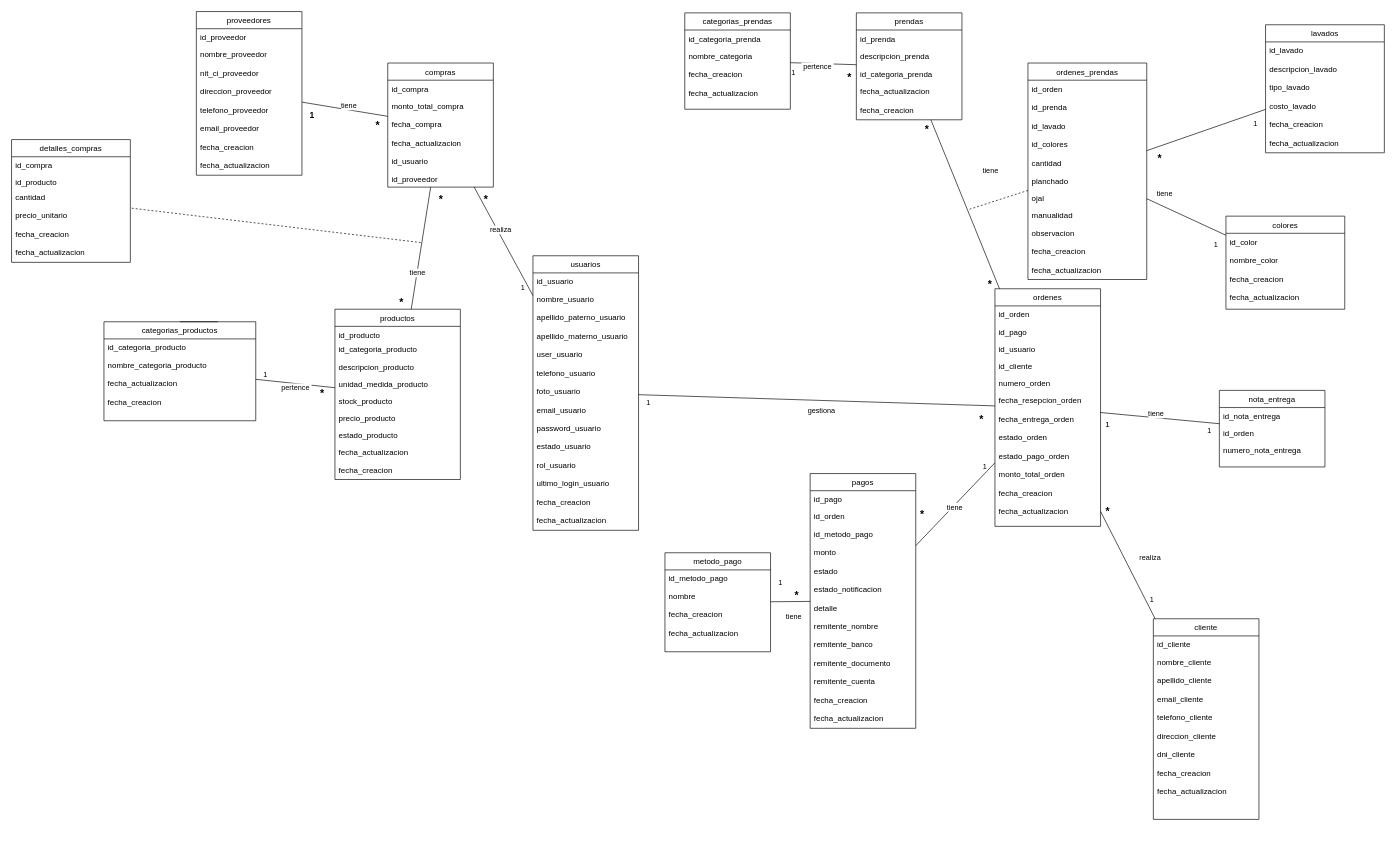
This is db.drawio from PitterQuenallata/lavanderia, a draw.io file, before an edit. Source tidied: cells renumbered, new cells numbered last; positions are measured from the earlier drawing's top-left corner, leaving out a move shared by most shapes. Both pictures are drawn from the tidied source at 66%, with x=0, y=0 at pixel (11, 11).
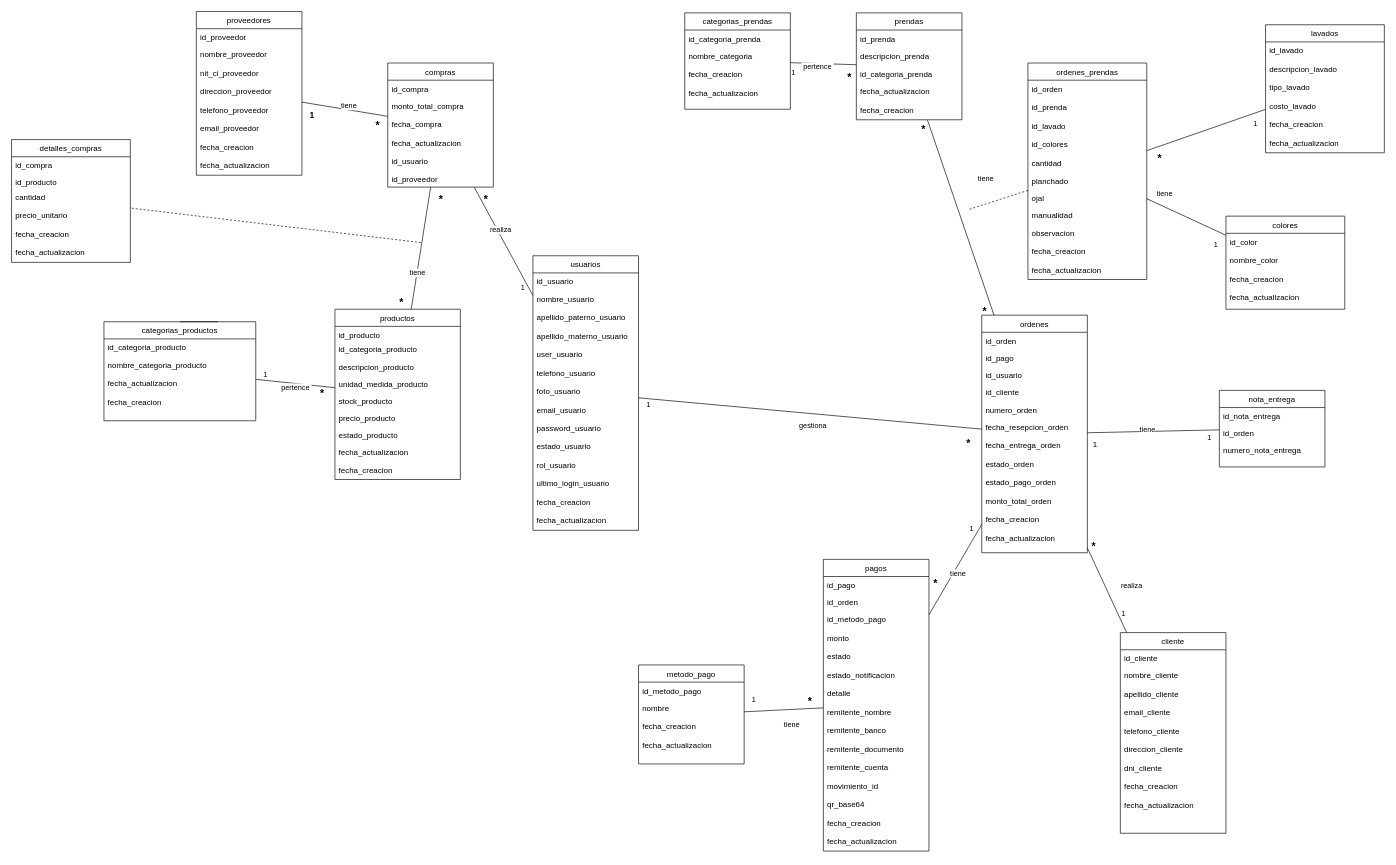
The same diagram, later.

Unchanged cells that the change refers to:
```xml
<mxCell id="173" style="endArrow=none;html=1;rounded=0;strokeColor=default;align=center;verticalAlign=middle;fontFamily=Helvetica;fontSize=11;fontColor=default;labelBackgroundColor=default;" parent="1" edge="1" source="168" target="154">
  <mxGeometry relative="1" as="geometry" />
</mxCell>
```

Diff of the diagram source:
```diff
@@
     <mxCell id="88" value="ordenes" style="swimlane;fontStyle=0;align=center;verticalAlign=top;horizontal=1;startSize=26;rounded=0;shadow=0;strokeWidth=1;" parent="1" vertex="1">
-      <mxGeometry x="1490" y="420" width="160" height="360" as="geometry" />
+      <mxGeometry x="1470" y="460" width="160" height="360" as="geometry" />
     </mxCell>
@@
     <mxCell id="129" value="cliente" style="swimlane;fontStyle=0;align=center;verticalAlign=top;horizontal=1;startSize=26;rounded=0;shadow=0;strokeWidth=1;" parent="1" vertex="1">
-      <mxGeometry x="1730" y="920" width="160" height="304" as="geometry" />
+      <mxGeometry x="1680" y="941" width="160" height="304" as="geometry" />
     </mxCell>
@@
     <mxCell id="154" value="pagos" style="swimlane;fontStyle=0;align=center;verticalAlign=top;horizontal=1;startSize=26;rounded=0;shadow=0;strokeWidth=1;" parent="1" vertex="1">
-      <mxGeometry x="1210" y="700" width="160" height="386" as="geometry" />
+      <mxGeometry x="1230" y="830" width="160" height="442" as="geometry" />
     </mxCell>
@@
+    <mxCell id="190" value="movimiento_id" style="text;align=left;verticalAlign=top;spacingLeft=4;spacingRight=4;overflow=hidden;rounded=0;shadow=0;html=0;" parent="154" vertex="1">
+      <mxGeometry y="330" width="160" height="28" as="geometry" />
+    </mxCell>
+    <mxCell id="191" value="qr_base64" style="text;align=left;verticalAlign=top;spacingLeft=4;spacingRight=4;overflow=hidden;rounded=0;shadow=0;html=0;" parent="154" vertex="1">
+      <mxGeometry y="358" width="160" height="28" as="geometry" />
+    </mxCell>
     <mxCell id="166" value="fecha_creacion" style="text;align=left;verticalAlign=top;spacingLeft=4;spacingRight=4;overflow=hidden;rounded=0;shadow=0;html=0;" parent="154" vertex="1">
-      <mxGeometry y="330" width="160" height="28" as="geometry" />
+      <mxGeometry y="386" width="160" height="28" as="geometry" />
     </mxCell>
     <mxCell id="167" value="fecha_actualizacion" style="text;align=left;verticalAlign=top;spacingLeft=4;spacingRight=4;overflow=hidden;rounded=0;shadow=0;html=0;" parent="154" vertex="1">
-      <mxGeometry y="358" width="160" height="28" as="geometry" />
+      <mxGeometry y="414" width="160" height="28" as="geometry" />
     </mxCell>
     <mxCell id="168" value="metodo_pago" style="swimlane;fontStyle=0;align=center;verticalAlign=top;horizontal=1;startSize=26;rounded=0;shadow=0;strokeWidth=1;" parent="1" vertex="1">
-      <mxGeometry x="990" y="820" width="160" height="150" as="geometry" />
+      <mxGeometry x="950" y="990" width="160" height="150" as="geometry" />
     </mxCell>
@@
     <mxCell id="174" value="1" style="html=1;whiteSpace=wrap;align=left;verticalAlign=bottom;fontFamily=Helvetica;fontSize=11;fontColor=default;labelBackgroundColor=default;" parent="173" vertex="1">
       <mxGeometry x="-1" relative="1" as="geometry">
-        <mxPoint x="10" y="-21" as="offset" />
+        <mxPoint x="10" y="-11" as="offset" />
       </mxGeometry>
     </mxCell>
```
